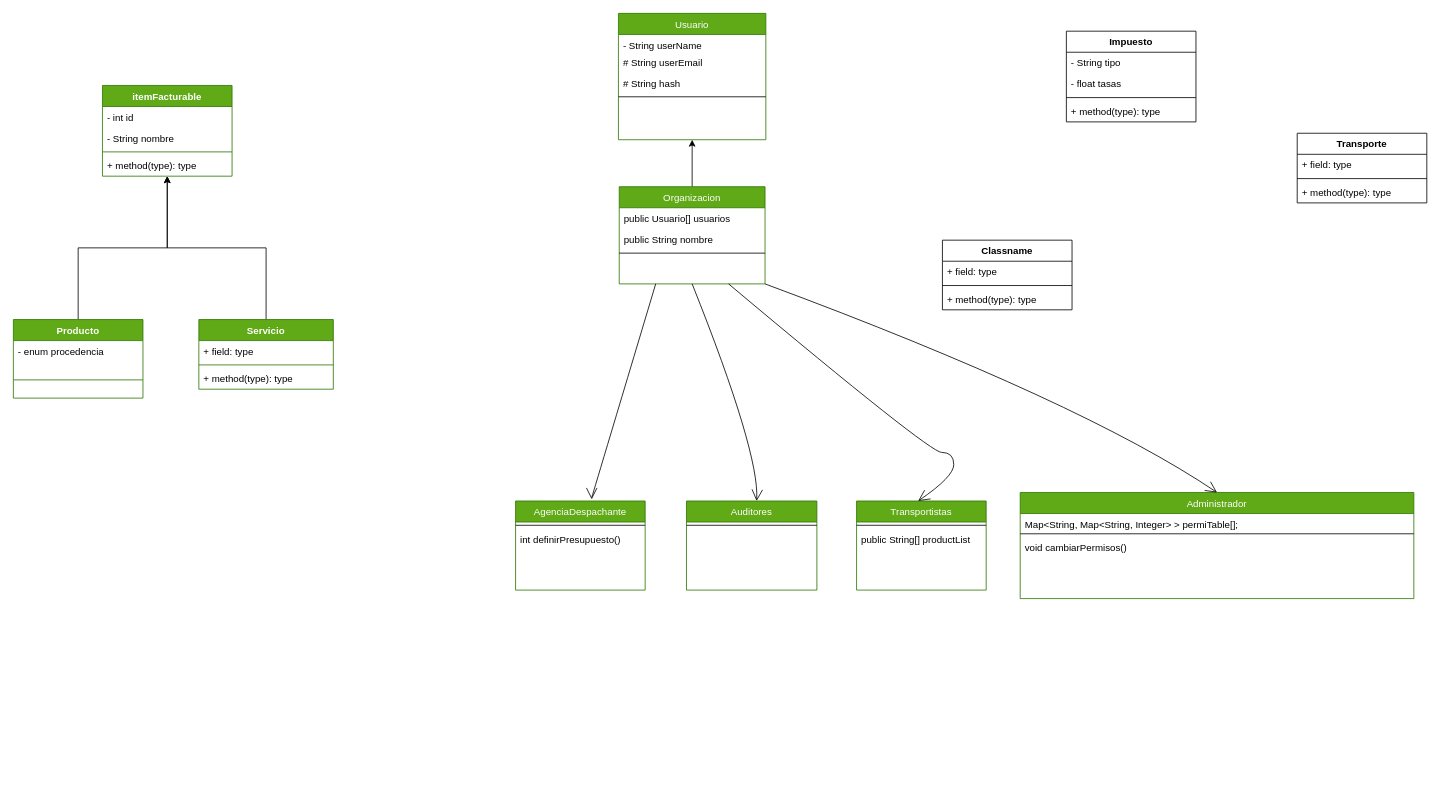
Above: Diagram.drawio in CTroya/lp3-java-rest-backend (draw.io), before the change. Source tidied: cells renumbered, new cells numbered last; positions are measured from the earlier drawing's top-left corner, leaving out a move shared by most shapes. Both pictures are drawn from the tidied source at 81%, with x=0, y=0 at pixel (13, 13).
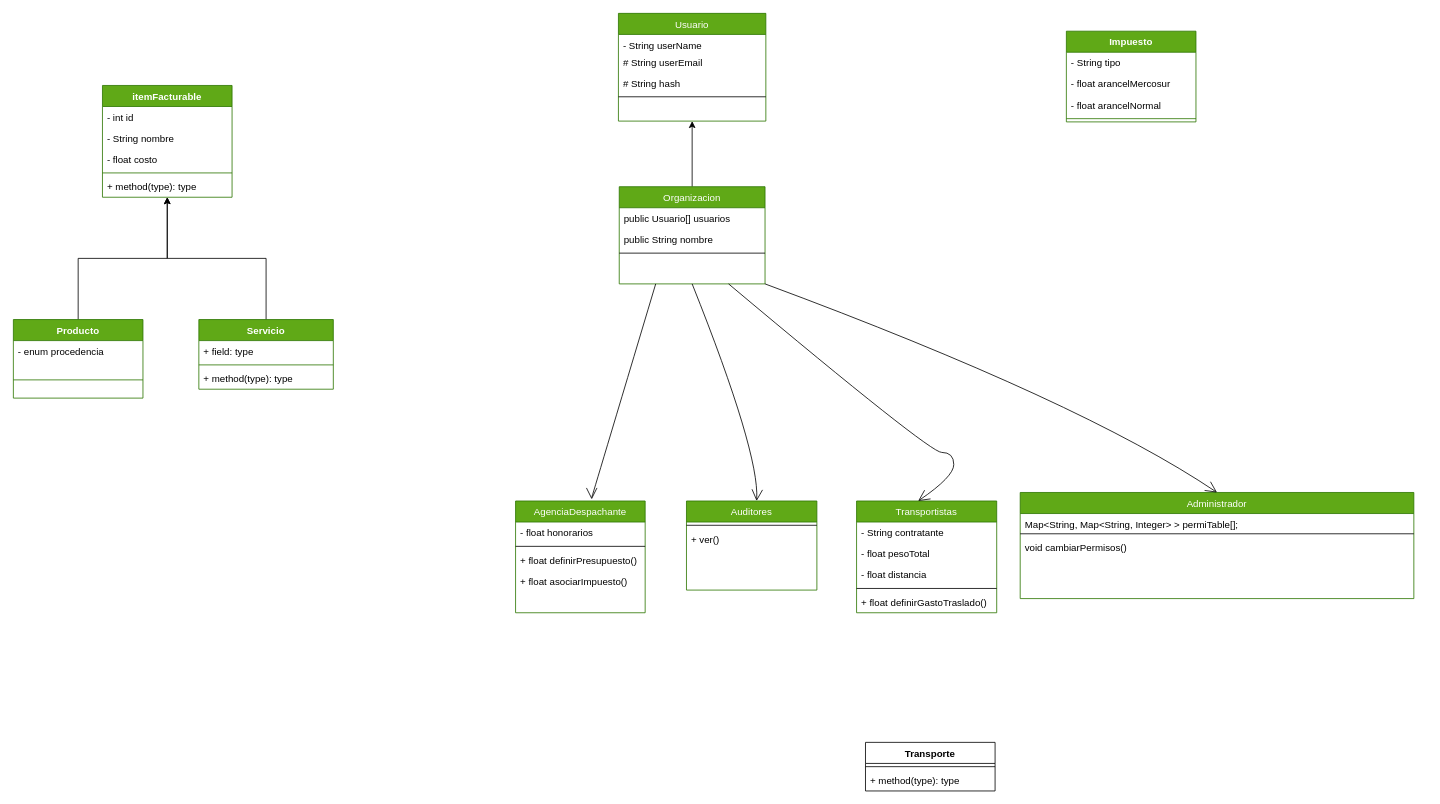
The same diagram, later.

Unchanged cells that the change refers to:
```xml
<mxCell id="17" value="Auditores" style="swimlane;fontStyle=0;align=center;verticalAlign=top;horizontal=1;startSize=26;rounded=0;shadow=0;strokeWidth=1;fillColor=#60a917;strokeColor=#2D7600;fontColor=#ffffff;" parent="1" vertex="1">
  <mxGeometry x="831" y="602" width="161" height="110" as="geometry" />
</mxCell>
```

The edit, as a diff of the source:
```diff
@@
     <mxCell id="2" value="Usuario" style="swimlane;fontStyle=0;align=center;verticalAlign=top;horizontal=1;startSize=26;rounded=0;shadow=0;strokeWidth=1;fillColor=#60a917;strokeColor=#2D7600;fontColor=#ffffff;" parent="1" vertex="1">
-      <mxGeometry x="747" width="182" height="156" as="geometry" />
+      <mxGeometry x="747" width="182" height="133" as="geometry" />
     </mxCell>
@@
     <mxCell id="13" value="AgenciaDespachante" style="swimlane;fontStyle=0;align=center;verticalAlign=top;horizontal=1;startSize=26;rounded=0;shadow=0;strokeWidth=1;fillColor=#60a917;strokeColor=#2D7600;fontColor=#ffffff;" parent="1" vertex="1">
-      <mxGeometry x="620" y="602" width="160" height="110" as="geometry" />
+      <mxGeometry x="620" y="602" width="160" height="138" as="geometry" />
     </mxCell>
+    <mxCell id="55" value="- float honorarios" style="text;strokeColor=none;fillColor=none;align=left;verticalAlign=top;spacingLeft=4;spacingRight=4;overflow=hidden;" parent="13" vertex="1">
+      <mxGeometry y="26" width="160" height="26" as="geometry" />
+    </mxCell>
     <mxCell id="14" style="line;html=1;strokeWidth=1;align=left;verticalAlign=middle;spacingTop=-1;spacingLeft=3;spacingRight=3;labelPosition=right;" parent="13" vertex="1">
-      <mxGeometry y="26" width="160" height="8" as="geometry" />
+      <mxGeometry y="52" width="160" height="8" as="geometry" />
     </mxCell>
-    <mxCell id="15" value="int definirPresupuesto()" style="text;strokeColor=none;fillColor=none;align=left;verticalAlign=top;spacingLeft=4;spacingRight=4;overflow=hidden;" parent="13" vertex="1">
-      <mxGeometry y="34" width="160" height="26" as="geometry" />
+    <mxCell id="15" value="+ float definirPresupuesto()" style="text;strokeColor=none;fillColor=none;align=left;verticalAlign=top;spacingLeft=4;spacingRight=4;overflow=hidden;" parent="13" vertex="1">
+      <mxGeometry y="60" width="160" height="26" as="geometry" />
     </mxCell>
+    <mxCell id="56" value="+ float asociarImpuesto()" style="text;strokeColor=none;fillColor=none;align=left;verticalAlign=top;spacingLeft=4;spacingRight=4;overflow=hidden;" parent="13" vertex="1">
+      <mxGeometry y="86" width="160" height="26" as="geometry" />
+    </mxCell>
@@
+    <mxCell id="57" value="+ ver()" style="text;strokeColor=none;fillColor=none;align=left;verticalAlign=top;spacingLeft=4;spacingRight=4;overflow=hidden;" parent="17" vertex="1">
+      <mxGeometry y="34" width="161" height="26" as="geometry" />
+    </mxCell>
     <mxCell id="19" value="Transportistas&#10;" style="swimlane;fontStyle=0;align=center;verticalAlign=top;horizontal=1;startSize=26;rounded=0;shadow=0;strokeWidth=1;fillColor=#60a917;strokeColor=#2D7600;fontColor=#ffffff;" parent="1" vertex="1">
-      <mxGeometry x="1041" y="602" width="160" height="110" as="geometry" />
+      <mxGeometry x="1041" y="602" width="173" height="138" as="geometry" />
     </mxCell>
+    <mxCell id="58" value="- String contratante" style="text;strokeColor=none;fillColor=none;align=left;verticalAlign=top;spacingLeft=4;spacingRight=4;overflow=hidden;" parent="19" vertex="1">
+      <mxGeometry y="26" width="173" height="26" as="geometry" />
+    </mxCell>
+    <mxCell id="59" value="- float pesoTotal" style="text;strokeColor=none;fillColor=none;align=left;verticalAlign=top;spacingLeft=4;spacingRight=4;overflow=hidden;" parent="19" vertex="1">
+      <mxGeometry y="52" width="173" height="26" as="geometry" />
+    </mxCell>
+    <mxCell id="60" value="- float distancia" style="text;strokeColor=none;fillColor=none;align=left;verticalAlign=top;spacingLeft=4;spacingRight=4;overflow=hidden;" parent="19" vertex="1">
+      <mxGeometry y="78" width="173" height="26" as="geometry" />
+    </mxCell>
     <mxCell id="20" style="line;html=1;strokeWidth=1;align=left;verticalAlign=middle;spacingTop=-1;spacingLeft=3;spacingRight=3;labelPosition=right;" parent="19" vertex="1">
-      <mxGeometry y="26" width="160" height="8" as="geometry" />
+      <mxGeometry y="104" width="173" height="8" as="geometry" />
     </mxCell>
-    <mxCell id="21" value="public String[] productList" style="text;strokeColor=none;fillColor=none;align=left;verticalAlign=top;spacingLeft=4;spacingRight=4;overflow=hidden;" parent="19" vertex="1">
-      <mxGeometry y="34" width="160" height="26" as="geometry" />
-    </mxCell>
+    <mxCell id="61" value="+ float definirGastoTraslado()" style="text;strokeColor=none;fillColor=none;align=left;verticalAlign=top;spacingLeft=4;spacingRight=4;overflow=hidden;" parent="19" vertex="1">
+      <mxGeometry y="112" width="173" height="26" as="geometry" />
+    </mxCell>
@@
     <mxCell id="32" value="itemFacturable" style="swimlane;fontStyle=1;align=center;verticalAlign=top;horizontal=1;startSize=26;fillColor=#60a917;fontColor=#ffffff;strokeColor=#2D7600;" parent="1" vertex="1">
-      <mxGeometry x="110" y="89" width="160" height="112" as="geometry" />
+      <mxGeometry x="110" y="89" width="160" height="138" as="geometry" />
     </mxCell>
@@
+    <mxCell id="62" value="- float costo" style="text;strokeColor=none;fillColor=none;align=left;verticalAlign=top;spacingLeft=4;spacingRight=4;overflow=hidden;" parent="32" vertex="1">
+      <mxGeometry y="78" width="160" height="26" as="geometry" />
+    </mxCell>
     <mxCell id="35" style="line;strokeWidth=1;fillColor=none;align=left;verticalAlign=middle;spacingTop=-1;spacingLeft=3;spacingRight=3;labelPosition=right;strokeColor=inherit;" parent="32" vertex="1">
-      <mxGeometry y="78" width="160" height="8" as="geometry" />
+      <mxGeometry y="104" width="160" height="8" as="geometry" />
     </mxCell>
     <mxCell id="36" value="+ method(type): type" style="text;strokeColor=none;fillColor=none;align=left;verticalAlign=top;spacingLeft=4;spacingRight=4;overflow=hidden;" parent="32" vertex="1">
-      <mxGeometry y="86" width="160" height="26" as="geometry" />
+      <mxGeometry y="112" width="160" height="26" as="geometry" />
     </mxCell>
     <mxCell id="37" value="Transporte" style="swimlane;fontStyle=1;align=center;verticalAlign=top;horizontal=1;startSize=26;" parent="1" vertex="1">
-      <mxGeometry x="1585" y="148" width="160" height="86" as="geometry" />
+      <mxGeometry x="1052" y="900" width="160" height="60" as="geometry" />
     </mxCell>
-    <mxCell id="38" value="+ field: type" style="text;strokeColor=none;fillColor=none;align=left;verticalAlign=top;spacingLeft=4;spacingRight=4;overflow=hidden;" parent="37" vertex="1">
-      <mxGeometry y="26" width="160" height="26" as="geometry" />
-    </mxCell>
     <mxCell id="39" style="line;strokeWidth=1;fillColor=none;align=left;verticalAlign=middle;spacingTop=-1;spacingLeft=3;spacingRight=3;labelPosition=right;strokeColor=inherit;" parent="37" vertex="1">
-      <mxGeometry y="52" width="160" height="8" as="geometry" />
+      <mxGeometry y="26" width="160" height="8" as="geometry" />
     </mxCell>
     <mxCell id="40" value="+ method(type): type" style="text;strokeColor=none;fillColor=none;align=left;verticalAlign=top;spacingLeft=4;spacingRight=4;overflow=hidden;" parent="37" vertex="1">
-      <mxGeometry y="60" width="160" height="26" as="geometry" />
+      <mxGeometry y="34" width="160" height="26" as="geometry" />
     </mxCell>
@@
-    <mxCell id="46" value="Classname" style="swimlane;fontStyle=1;align=center;verticalAlign=top;horizontal=1;startSize=26;" parent="1" vertex="1">
-      <mxGeometry x="1147" y="280" width="160" height="86" as="geometry" />
-    </mxCell>
-    <mxCell id="47" value="+ field: type" style="text;strokeColor=none;fillColor=none;align=left;verticalAlign=top;spacingLeft=4;spacingRight=4;overflow=hidden;" parent="46" vertex="1">
-      <mxGeometry y="26" width="160" height="26" as="geometry" />
-    </mxCell>
-    <mxCell id="48" style="line;strokeWidth=1;fillColor=none;align=left;verticalAlign=middle;spacingTop=-1;spacingLeft=3;spacingRight=3;labelPosition=right;strokeColor=inherit;" parent="46" vertex="1">
-      <mxGeometry y="52" width="160" height="8" as="geometry" />
-    </mxCell>
-    <mxCell id="49" value="+ method(type): type" style="text;strokeColor=none;fillColor=none;align=left;verticalAlign=top;spacingLeft=4;spacingRight=4;overflow=hidden;" parent="46" vertex="1">
-      <mxGeometry y="60" width="160" height="26" as="geometry" />
-    </mxCell>
-    <mxCell id="50" value="Impuesto" style="swimlane;fontStyle=1;align=center;verticalAlign=top;horizontal=1;startSize=26;" parent="1" vertex="1">
+    <mxCell id="50" value="Impuesto" style="swimlane;fontStyle=1;align=center;verticalAlign=top;horizontal=1;startSize=26;fillColor=#60a917;fontColor=#ffffff;strokeColor=#2D7600;" parent="1" vertex="1">
       <mxGeometry x="1300" y="22" width="160" height="112" as="geometry" />
     </mxCell>
@@
-    <mxCell id="52" value="- float tasas" style="text;strokeColor=none;fillColor=none;align=left;verticalAlign=top;spacingLeft=4;spacingRight=4;overflow=hidden;" parent="50" vertex="1">
+    <mxCell id="52" value="- float arancelMercosur" style="text;strokeColor=none;fillColor=none;align=left;verticalAlign=top;spacingLeft=4;spacingRight=4;overflow=hidden;" parent="50" vertex="1">
       <mxGeometry y="52" width="160" height="26" as="geometry" />
     </mxCell>
+    <mxCell id="63" value="- float arancelNormal" style="text;strokeColor=none;fillColor=none;align=left;verticalAlign=top;spacingLeft=4;spacingRight=4;overflow=hidden;" parent="50" vertex="1">
+      <mxGeometry y="78" width="160" height="26" as="geometry" />
+    </mxCell>
     <mxCell id="53" style="line;strokeWidth=1;fillColor=none;align=left;verticalAlign=middle;spacingTop=-1;spacingLeft=3;spacingRight=3;labelPosition=right;strokeColor=inherit;" parent="50" vertex="1">
-      <mxGeometry y="78" width="160" height="8" as="geometry" />
+      <mxGeometry y="104" width="160" height="8" as="geometry" />
     </mxCell>
-    <mxCell id="54" value="+ method(type): type" style="text;strokeColor=none;fillColor=none;align=left;verticalAlign=top;spacingLeft=4;spacingRight=4;overflow=hidden;" parent="50" vertex="1">
-      <mxGeometry y="86" width="160" height="26" as="geometry" />
-    </mxCell>
```
